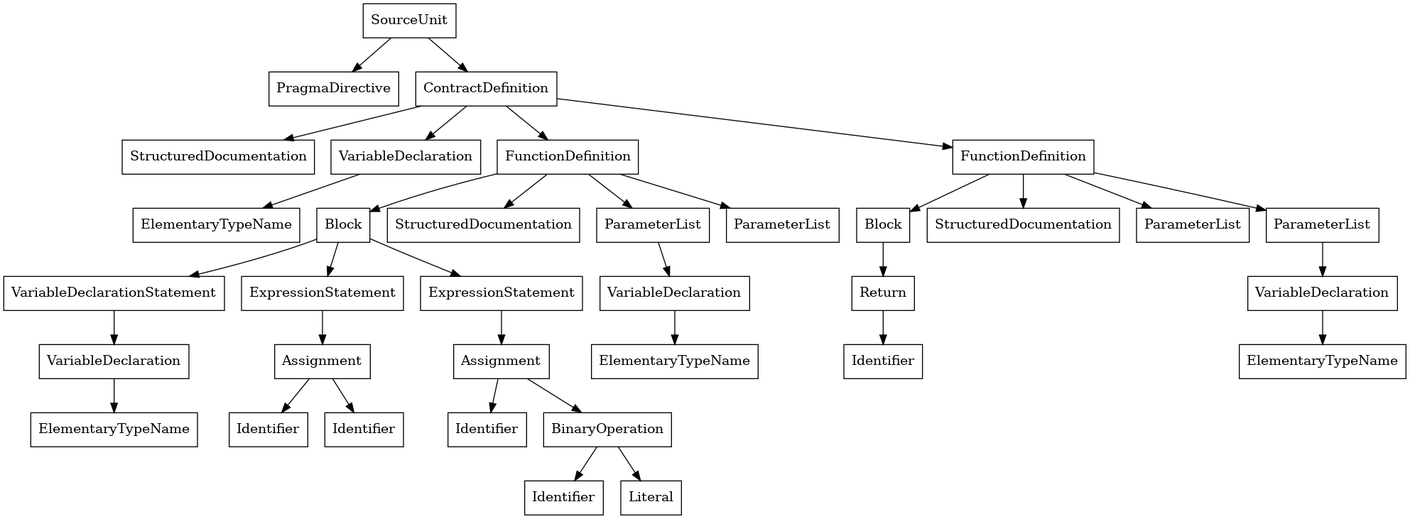
This is bin/AST.png from Yowen397/modeler, a Graphviz export, as it was before one commit. Its source is kept beside it as bin/AST.dot.
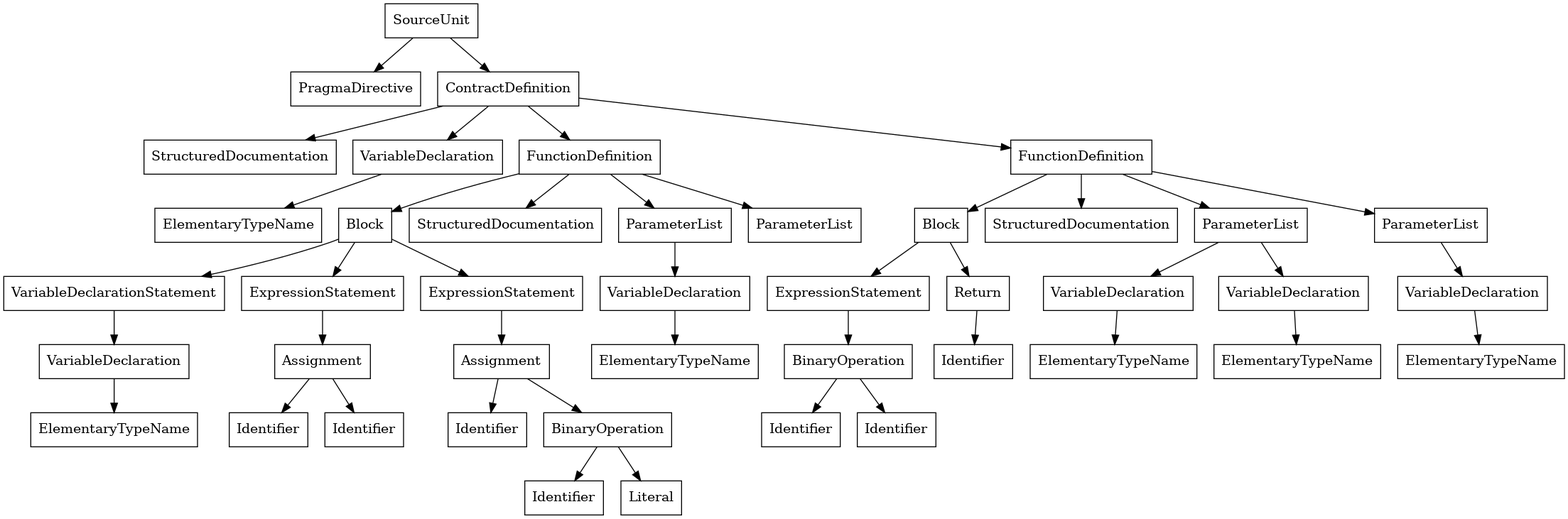
Later version of the same file.

Diff of the diagram source:
```diff
@@ -1,72 +1,88 @@
 digraph G{
 node[shape=box]
-94139065152064[label="SourceUnit"]
-94139065151792[label="PragmaDirective"]
-94139065152064->94139065151792
-94139065151808[label="ContractDefinition"]
-94139065152064->94139065151808
-94139065151424[label="StructuredDocumentation"]
-94139065151808->94139065151424
-94139065151200[label="VariableDeclaration"]
-94139065151808->94139065151200
-94139065141392[label="ElementaryTypeName"]
-94139065151200->94139065141392
-94139065151216[label="FunctionDefinition"]
-94139065151808->94139065151216
-94139065148008[label="Block"]
-94139065151216->94139065148008
-94139065146392[label="VariableDeclarationStatement"]
-94139065148008->94139065146392
-94139065142304[label="VariableDeclaration"]
-94139065146392->94139065142304
-94139065142256[label="ElementaryTypeName"]
-94139065142304->94139065142256
-94139065146408[label="ExpressionStatement"]
-94139065148008->94139065146408
-94139065143776[label="Assignment"]
-94139065146408->94139065143776
-94139065143560[label="Identifier"]
-94139065143776->94139065143560
-94139065143656[label="Identifier"]
-94139065143776->94139065143656
-94139065146424[label="ExpressionStatement"]
-94139065148008->94139065146424
-94139065146280[label="Assignment"]
-94139065146424->94139065146280
-94139065146064[label="Identifier"]
-94139065146280->94139065146064
-94139065146160[label="BinaryOperation"]
-94139065146280->94139065146160
-94139065145608[label="Identifier"]
-94139065146160->94139065145608
-94139065145704[label="Literal"]
-94139065146160->94139065145704
-94139065148040[label="StructuredDocumentation"]
-94139065151216->94139065148040
-94139065148328[label="ParameterList"]
-94139065151216->94139065148328
-94139065147680[label="VariableDeclaration"]
-94139065148328->94139065147680
-94139065147632[label="ElementaryTypeName"]
-94139065147680->94139065147632
-94139065148360[label="ParameterList"]
-94139065151216->94139065148360
-94139065151232[label="FunctionDefinition"]
-94139065151808->94139065151232
-94139065150672[label="Block"]
-94139065151232->94139065150672
-94139065149104[label="Return"]
-94139065150672->94139065149104
-94139065148960[label="Identifier"]
-94139065149104->94139065148960
-94139065150704[label="StructuredDocumentation"]
-94139065151232->94139065150704
-94139065150992[label="ParameterList"]
-94139065151232->94139065150992
-94139065151024[label="ParameterList"]
-94139065151232->94139065151024
-94139065150496[label="VariableDeclaration"]
-94139065151024->94139065150496
-94139065150448[label="ElementaryTypeName"]
-94139065150496->94139065150448
+94698546691856[label="SourceUnit"]
+94698546691584[label="PragmaDirective"]
+94698546691856->94698546691584
+94698546691600[label="ContractDefinition"]
+94698546691856->94698546691600
+94698546691216[label="StructuredDocumentation"]
+94698546691600->94698546691216
+94698546690992[label="VariableDeclaration"]
+94698546691600->94698546690992
+94698546677904[label="ElementaryTypeName"]
+94698546690992->94698546677904
+94698546691008[label="FunctionDefinition"]
+94698546691600->94698546691008
+94698546684520[label="Block"]
+94698546691008->94698546684520
+94698546682904[label="VariableDeclarationStatement"]
+94698546684520->94698546682904
+94698546678816[label="VariableDeclaration"]
+94698546682904->94698546678816
+94698546678768[label="ElementaryTypeName"]
+94698546678816->94698546678768
+94698546682920[label="ExpressionStatement"]
+94698546684520->94698546682920
+94698546680288[label="Assignment"]
+94698546682920->94698546680288
+94698546680072[label="Identifier"]
+94698546680288->94698546680072
+94698546680168[label="Identifier"]
+94698546680288->94698546680168
+94698546682936[label="ExpressionStatement"]
+94698546684520->94698546682936
+94698546682792[label="Assignment"]
+94698546682936->94698546682792
+94698546682576[label="Identifier"]
+94698546682792->94698546682576
+94698546682672[label="BinaryOperation"]
+94698546682792->94698546682672
+94698546682120[label="Identifier"]
+94698546682672->94698546682120
+94698546682216[label="Literal"]
+94698546682672->94698546682216
+94698546684552[label="StructuredDocumentation"]
+94698546691008->94698546684552
+94698546684840[label="ParameterList"]
+94698546691008->94698546684840
+94698546684192[label="VariableDeclaration"]
+94698546684840->94698546684192
+94698546684144[label="ElementaryTypeName"]
+94698546684192->94698546684144
+94698546684872[label="ParameterList"]
+94698546691008->94698546684872
+94698546691024[label="FunctionDefinition"]
+94698546691600->94698546691024
+94698546690464[label="Block"]
+94698546691024->94698546690464
+94698546687152[label="ExpressionStatement"]
+94698546690464->94698546687152
+94698546686472[label="BinaryOperation"]
+94698546687152->94698546686472
+94698546686256[label="Identifier"]
+94698546686472->94698546686256
+94698546686352[label="Identifier"]
+94698546686472->94698546686352
+94698546687168[label="Return"]
+94698546690464->94698546687168
+94698546687008[label="Identifier"]
+94698546687168->94698546687008
+94698546690496[label="StructuredDocumentation"]
+94698546691024->94698546690496
+94698546690784[label="ParameterList"]
+94698546691024->94698546690784
+94698546689256[label="VariableDeclaration"]
+94698546690784->94698546689256
+94698546688360[label="ElementaryTypeName"]
+94698546689256->94698546688360
+94698546689272[label="VariableDeclaration"]
+94698546690784->94698546689272
+94698546689208[label="ElementaryTypeName"]
+94698546689272->94698546689208
+94698546690816[label="ParameterList"]
+94698546691024->94698546690816
+94698546690288[label="VariableDeclaration"]
+94698546690816->94698546690288
+94698546690240[label="ElementaryTypeName"]
+94698546690288->94698546690240
 }
```
